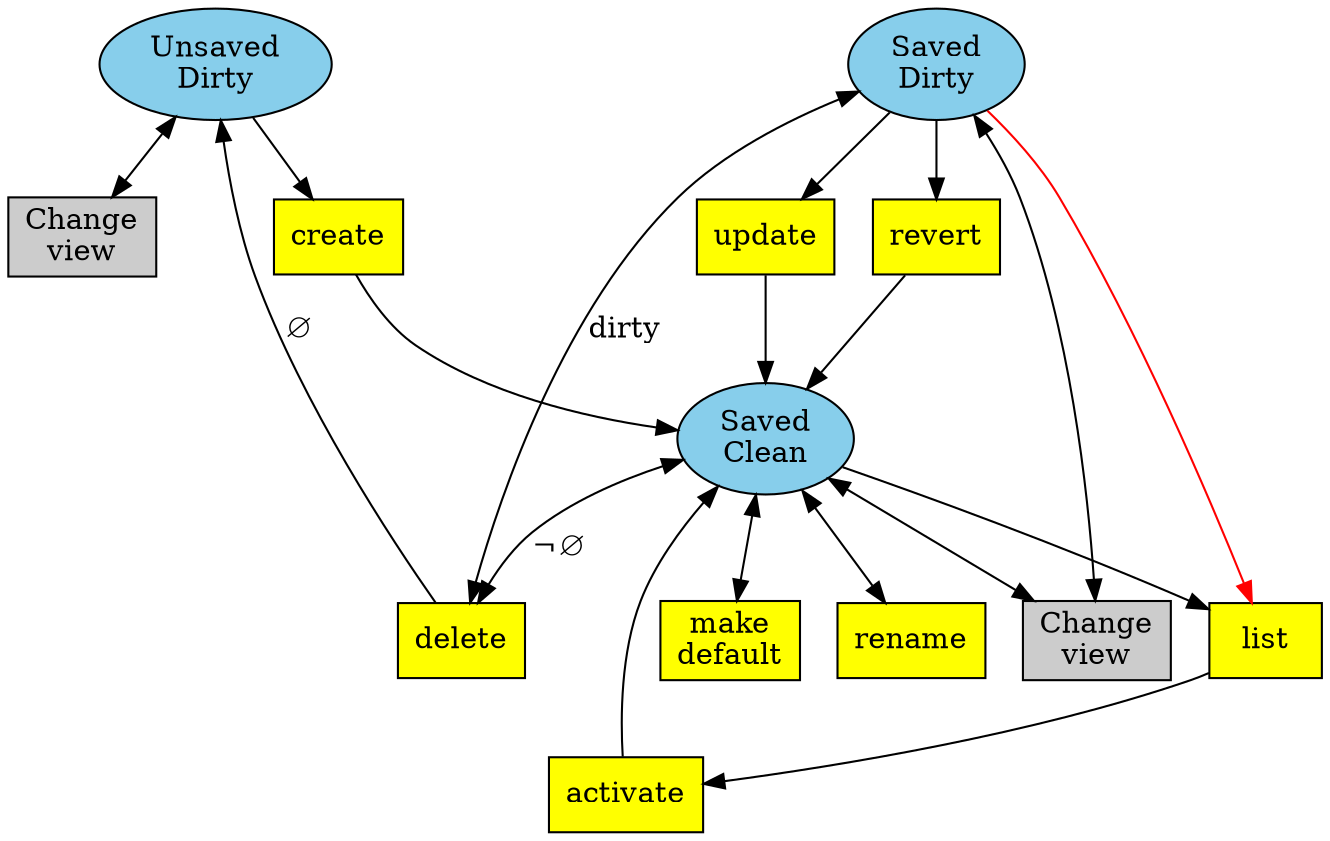
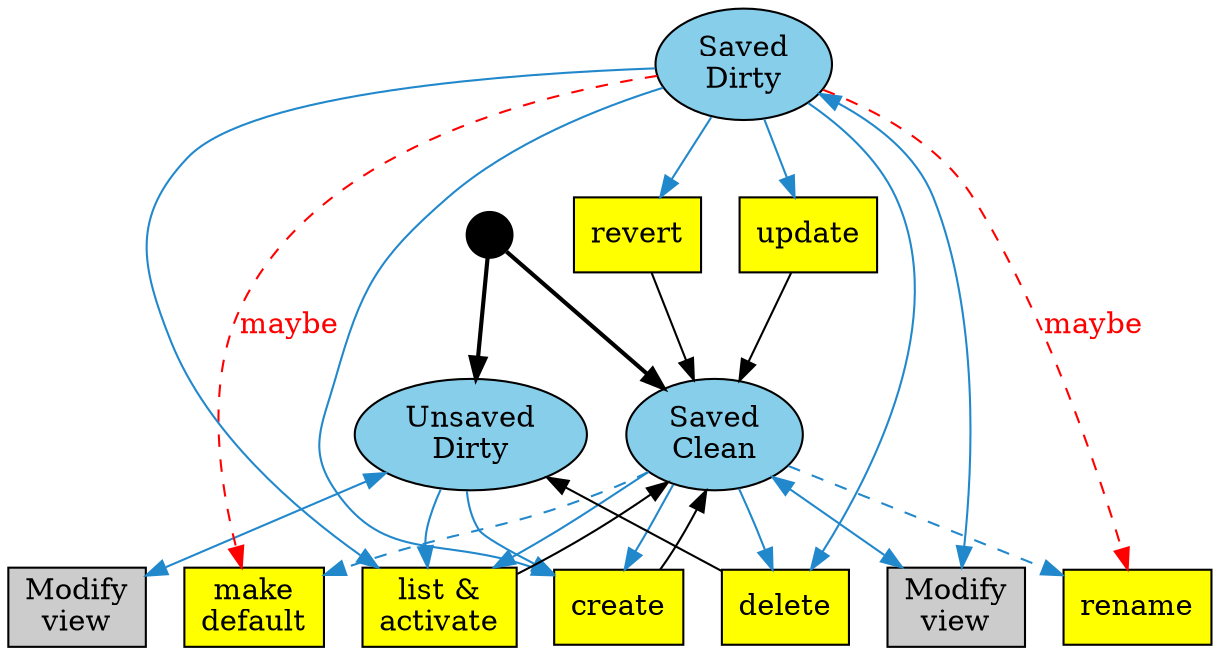
digraph G {
+ 
+ // ACTIONS:
+ // create
+ // delete
+ // list -> activate
+ // make_default
+ // modify view
+ // rename
+ // revert
+ // update
+ 
+ START [shape=circle,style=filled,color=black,fontsize=1,height=.3]

{
  node[style=filled fillcolor=skyblue]
-   unsaved [label="Unsaved\nDirty"]
-   saved_clean [label="Saved\nClean"]
-   saved_dirty [label="Saved\nDirty"]
+   {
+     rank=same
+     ud [label="Unsaved\nDirty"]
+     sc [label="Saved\nClean"]
+   }
+   sd [label="Saved\nDirty"]
}

node[shape=rect style=filled fillcolor=yellow]
- change0 [fillcolor="#cccccc" label="Change\nview"]
- change [fillcolor="#cccccc" label="Change\nview"]
+ mod1 [fillcolor="#cccccc" label="Modify\nview"]
+ mod2 [fillcolor="#cccccc" label="Modify\nview"]
make_default [label="make\ndefault"]
+ list_activate [label="list &\nactivate"]

- unsaved -> change0 [dir=both]
- unsaved -> create -> saved_clean
- saved_clean -> list -> activate -> saved_clean
- saved_clean -> rename [dir=both]
- saved_clean -> make_default [dir=both]
- saved_clean -> delete [dir=both label="¬∅"]
- delete -> unsaved [label="∅"]
- saved_clean -> change [dir=both]
- saved_dirty -> change [dir=both]
- saved_dirty -> update -> saved_clean
- saved_dirty -> revert -> saved_clean
- saved_dirty -> list [color=red]
+ START -> ud,sc [penwidth=2]

- // this is a problem because the next saved item would be selected
- // we should allow UnsavedDirty while other saves exist
- saved_dirty -> delete [dir=both label=dirty]
+ edge [color="#2288cc"]
+ ud,sd -> create
+ sc -> create
+ create -> sc [color=black]
+ sc,sd -> delete
+ delete -> ud [color=black]
+ ud,sc,sd -> list_activate
+ list_activate -> sc [color=black]
+ sc -> make_default [style=dashed]
+ sd -> make_default [style=dashed color=red fontcolor=red label=maybe]
+ ud -> mod1 [dir=both color="#2288cc"]
+ sc,sd -> mod2 [dir=both]
+ sc -> rename [style=dashed]
+ sd -> rename [style=dashed color=red fontcolor=red label=maybe]
+ sd -> revert,update
+ revert,update -> sc [color=black]

}
